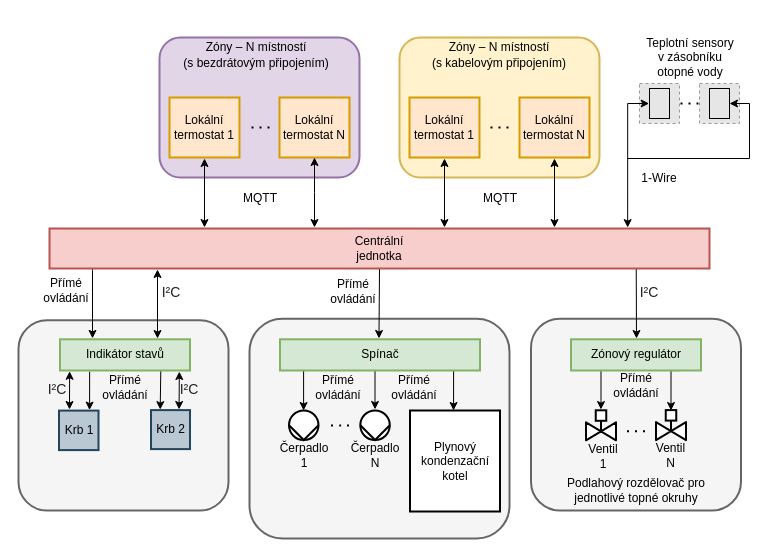
This is images/svg/drawio/navrh-softwarove-casti.drawio from RomLab/diploma-thesis, a draw.io file, before an edit. Source tidied: cells renumbered, new cells numbered last; positions are measured from the earlier drawing's top-left corner, leaving out a move shared by most shapes. Both pictures are drawn from the tidied source at 100%, with x=0, y=0 at pixel (18, 17). Pictures stored in the file or linked from it are replaced by grey dashed boxes.
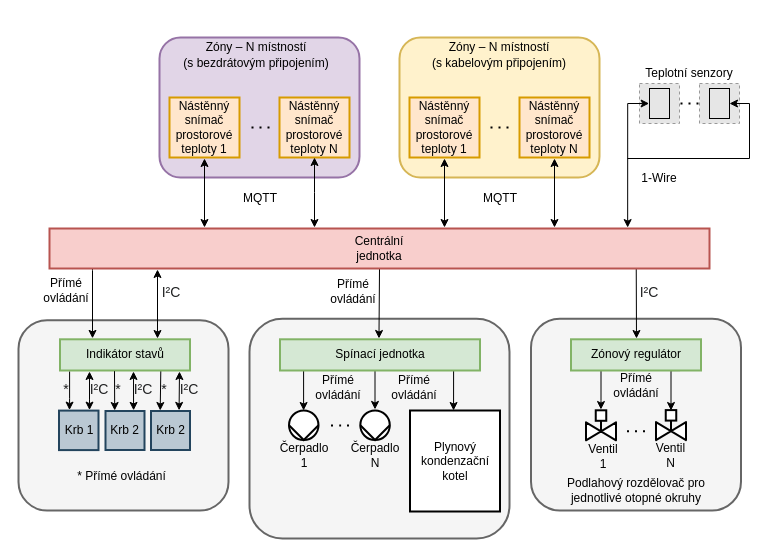
The same page after the edit.

Unchanged cells that the change refers to:
```xml
<mxCell id="65" value="Indikátor stavů" style="rounded=0;whiteSpace=wrap;html=1;fillColor=#d5e8d4;strokeWidth=2;strokeColor=#82b366;" parent="1" vertex="1">
  <mxGeometry x="41.5" y="321.8" width="130" height="31.2" as="geometry" />
</mxCell>
```

Change to the diagram source:
```diff
@@
-    <mxCell id="25" value="Podlahový rozdělovač pro jednotlivé topné okruhy" style="text;html=1;strokeColor=none;fillColor=none;align=center;verticalAlign=middle;whiteSpace=wrap;rounded=0;" parent="1" vertex="1">
+    <mxCell id="25" value="Podlahový rozdělovač pro jednotlivé otopné okruhy" style="text;html=1;strokeColor=none;fillColor=none;align=center;verticalAlign=middle;whiteSpace=wrap;rounded=0;" parent="1" vertex="1">
       <mxGeometry x="522.5" y="463" width="190" height="20" as="geometry" />
     </mxCell>
@@
     <mxCell id="34" value="Krb 2" style="whiteSpace=wrap;html=1;fillColor=#bac8d3;strokeWidth=2;strokeColor=#23445d;" parent="1" vertex="1">
-      <mxGeometry x="132.5" y="392.6" width="39" height="39" as="geometry" />
+      <mxGeometry x="132.5" y="393.5" width="39" height="39" as="geometry" />
     </mxCell>
@@
-    <mxCell id="37" style="edgeStyle=orthogonalEdgeStyle;rounded=0;jettySize=auto;html=1;entryX=0.5;entryY=0;entryDx=0;entryDy=0;startArrow=none;startFill=0;endArrow=classic;endFill=1;exitX=0.228;exitY=1.035;exitDx=0;exitDy=0;exitPerimeter=0;" parent="1" edge="1" source="65">
-      <mxGeometry relative="1" as="geometry">
-        <mxPoint x="71" y="392.6" as="targetPoint" />
-        <Array as="points">
-          <mxPoint x="71" y="386" />
-          <mxPoint x="71" y="386" />
-        </Array>
-      </mxGeometry>
-    </mxCell>
-    <mxCell id="38" value="Lokální termostat N" style="whiteSpace=wrap;html=1;strokeWidth=2;fillColor=#ffe6cc;strokeColor=#d79b00;" parent="1" vertex="1">
+    <mxCell id="38" value="Nástěnný snímač prostorové teploty N" style="whiteSpace=wrap;html=1;strokeWidth=2;fillColor=#ffe6cc;strokeColor=#d79b00;" parent="1" vertex="1">
       <mxGeometry x="501" y="80" width="70" height="60" as="geometry" />
     </mxCell>
-    <mxCell id="39" value="Lokální termostat N" style="whiteSpace=wrap;html=1;strokeWidth=2;fillColor=#ffe6cc;strokeColor=#d79b00;" parent="1" vertex="1">
+    <mxCell id="39" value="Nástěnný snímač prostorové teploty N" style="whiteSpace=wrap;html=1;strokeWidth=2;fillColor=#ffe6cc;strokeColor=#d79b00;" parent="1" vertex="1">
       <mxGeometry x="261" y="80" width="70" height="60" as="geometry" />
     </mxCell>
-    <mxCell id="40" value="Lokální termostat 1" style="whiteSpace=wrap;html=1;strokeWidth=2;fillColor=#ffe6cc;strokeColor=#d79b00;" parent="1" vertex="1">
+    <mxCell id="40" value="Nástěnný snímač prostorové teploty 1" style="whiteSpace=wrap;html=1;strokeWidth=2;fillColor=#ffe6cc;strokeColor=#d79b00;" parent="1" vertex="1">
       <mxGeometry x="151" y="80" width="70" height="60" as="geometry" />
     </mxCell>
-    <mxCell id="41" value="Lokální termostat 1" style="whiteSpace=wrap;html=1;strokeWidth=2;fillColor=#ffe6cc;strokeColor=#d79b00;" parent="1" vertex="1">
+    <mxCell id="41" value="Nástěnný snímač prostorové teploty 1" style="whiteSpace=wrap;html=1;strokeWidth=2;fillColor=#ffe6cc;strokeColor=#d79b00;" parent="1" vertex="1">
       <mxGeometry x="391" y="80" width="70" height="60" as="geometry" />
     </mxCell>
-    <mxCell id="42" value="Spínač" style="rounded=0;whiteSpace=wrap;html=1;strokeWidth=2;fillColor=#d5e8d4;strokeColor=#82b366;" parent="1" vertex="1">
+    <mxCell id="42" value="Spínací jednotka" style="rounded=0;whiteSpace=wrap;html=1;strokeWidth=2;fillColor=#d5e8d4;strokeColor=#82b366;" parent="1" vertex="1">
       <mxGeometry x="261.5" y="321.8" width="200" height="31.2" as="geometry" />
     </mxCell>
@@
-    <mxCell id="47" style="edgeStyle=orthogonalEdgeStyle;rounded=0;jettySize=auto;html=1;startArrow=classic;startFill=1;endArrow=classic;endFill=1;exitX=0.074;exitY=1.025;exitDx=0;exitDy=0;exitPerimeter=0;" parent="1" edge="1" source="65">
-      <mxGeometry relative="1" as="geometry">
-        <mxPoint x="51" y="392" as="targetPoint" />
-      </mxGeometry>
-    </mxCell>
-    <mxCell id="48" value="&lt;span style=&quot;color: rgb(32 , 33 , 34) ; font-size: 14px&quot;&gt;I²C&lt;/span&gt;" style="text;html=1;strokeColor=none;fillColor=none;align=center;verticalAlign=middle;whiteSpace=wrap;rounded=0;" parent="1" vertex="1">
-      <mxGeometry x="151" y="362" width="40" height="20" as="geometry" />
-    </mxCell>
@@
     <mxCell id="62" value="&lt;span style=&quot;color: rgb(32 , 33 , 34) ; font-size: 14px&quot;&gt;I²C&lt;/span&gt;" style="text;html=1;strokeColor=none;fillColor=none;align=center;verticalAlign=middle;whiteSpace=wrap;rounded=0;" parent="1" vertex="1">
-      <mxGeometry x="19" y="362" width="40" height="20" as="geometry" />
+      <mxGeometry x="61" y="362" width="40" height="20" as="geometry" />
     </mxCell>
-    <mxCell id="63" style="edgeStyle=orthogonalEdgeStyle;rounded=0;jettySize=auto;html=1;startArrow=classic;startFill=1;endArrow=classic;endFill=1;entryX=0.72;entryY=-0.016;entryDx=0;entryDy=0;entryPerimeter=0;exitX=0.918;exitY=1.033;exitDx=0;exitDy=0;exitPerimeter=0;" parent="1" edge="1" source="65" target="34">
+    <mxCell id="63" style="edgeStyle=orthogonalEdgeStyle;rounded=0;jettySize=auto;html=1;startArrow=classic;startFill=1;endArrow=classic;endFill=1;entryX=0.72;entryY=-0.016;entryDx=0;entryDy=0;entryPerimeter=0;" parent="1" edge="1" target="34">
       <mxGeometry relative="1" as="geometry">
-        <Array as="points">
-          <mxPoint x="161" y="360" />
-          <mxPoint x="161" y="360" />
-        </Array>
+        <mxPoint x="161" y="354" as="sourcePoint" />
       </mxGeometry>
     </mxCell>
     <mxCell id="64" style="edgeStyle=orthogonalEdgeStyle;rounded=0;orthogonalLoop=1;jettySize=auto;html=1;entryX=0.25;entryY=0;entryDx=0;entryDy=0;startArrow=none;startFill=0;endArrow=classic;endFill=1;exitX=0.157;exitY=1.005;exitDx=0;exitDy=0;exitPerimeter=0;" parent="1" edge="1">
       <mxGeometry relative="1" as="geometry">
-        <mxPoint x="142.3" y="352.2" as="sourcePoint" />
-        <mxPoint x="141.7" y="392.1" as="targetPoint" />
+        <mxPoint x="142.3" y="353" as="sourcePoint" />
+        <mxPoint x="141.7" y="393" as="targetPoint" />
         <Array as="points">
-          <mxPoint x="141.4" y="352" />
+          <mxPoint x="141.4" y="352.8" />
         </Array>
       </mxGeometry>
     </mxCell>
@@
-    <mxCell id="66" value="Přímé ovládání" style="text;html=1;strokeColor=none;fillColor=none;align=center;verticalAlign=middle;whiteSpace=wrap;rounded=0;" parent="1" vertex="1">
-      <mxGeometry x="86.5" y="360" width="40" height="20" as="geometry" />
+    <mxCell id="66" value="* Přímé ovládání" style="text;html=1;strokeColor=none;fillColor=none;align=center;verticalAlign=middle;whiteSpace=wrap;rounded=0;" parent="1" vertex="1">
+      <mxGeometry x="56" y="448.5" width="95" height="20" as="geometry" />
     </mxCell>
@@
-    <mxCell id="76" value="Teplotní sensory &lt;br&gt;v zásobníku otopné vody" style="text;html=1;strokeColor=none;fillColor=none;align=center;verticalAlign=middle;whiteSpace=wrap;rounded=0;" parent="1" vertex="1">
-      <mxGeometry x="621.5" width="100" height="80" as="geometry" />
+    <mxCell id="76" value="Teplotní senzory" style="text;html=1;strokeColor=none;fillColor=none;align=center;verticalAlign=middle;whiteSpace=wrap;rounded=0;" parent="1" vertex="1">
+      <mxGeometry x="621" y="40" width="100" height="31" as="geometry" />
     </mxCell>
@@
+    <mxCell id="78" value="Krb 2" style="whiteSpace=wrap;html=1;fillColor=#bac8d3;strokeWidth=2;strokeColor=#23445d;" parent="1" vertex="1">
+      <mxGeometry x="87" y="393.5" width="39" height="39" as="geometry" />
+    </mxCell>
+    <mxCell id="79" style="edgeStyle=orthogonalEdgeStyle;rounded=0;jettySize=auto;html=1;startArrow=classic;startFill=1;endArrow=classic;endFill=1;entryX=0.72;entryY=-0.016;entryDx=0;entryDy=0;entryPerimeter=0;" parent="1" edge="1" target="78">
+      <mxGeometry relative="1" as="geometry">
+        <mxPoint x="115" y="354" as="sourcePoint" />
+        <Array as="points">
+          <mxPoint x="115.5" y="360.8" />
+          <mxPoint x="115.5" y="360.8" />
+        </Array>
+      </mxGeometry>
+    </mxCell>
+    <mxCell id="80" style="edgeStyle=orthogonalEdgeStyle;rounded=0;orthogonalLoop=1;jettySize=auto;html=1;entryX=0.25;entryY=0;entryDx=0;entryDy=0;startArrow=none;startFill=0;endArrow=classic;endFill=1;" parent="1" edge="1">
+      <mxGeometry relative="1" as="geometry">
+        <mxPoint x="96" y="354" as="sourcePoint" />
+        <mxPoint x="96.2" y="393" as="targetPoint" />
+        <Array as="points">
+          <mxPoint x="96" y="359" />
+          <mxPoint x="96" y="354" />
+          <mxPoint x="96" y="354" />
+        </Array>
+      </mxGeometry>
+    </mxCell>
+    <mxCell id="81" value="&lt;span style=&quot;color: rgb(32 , 33 , 34) ; font-size: 14px&quot;&gt;I²C&lt;/span&gt;" style="text;html=1;strokeColor=none;fillColor=none;align=center;verticalAlign=middle;whiteSpace=wrap;rounded=0;" parent="1" vertex="1">
+      <mxGeometry x="105" y="362" width="40" height="20" as="geometry" />
+    </mxCell>
+    <mxCell id="48" value="&lt;span style=&quot;color: rgb(32 , 33 , 34) ; font-size: 14px&quot;&gt;I²C&lt;/span&gt;" style="text;html=1;strokeColor=none;fillColor=none;align=center;verticalAlign=middle;whiteSpace=wrap;rounded=0;" parent="1" vertex="1">
+      <mxGeometry x="151" y="362" width="40" height="20" as="geometry" />
+    </mxCell>
+    <mxCell id="82" value="&lt;span style=&quot;color: rgb(32 , 33 , 34) ; font-size: 14px&quot;&gt;*&lt;/span&gt;" style="text;html=1;strokeColor=none;fillColor=none;align=center;verticalAlign=middle;whiteSpace=wrap;rounded=0;" parent="1" vertex="1">
+      <mxGeometry x="28" y="362" width="40" height="20" as="geometry" />
+    </mxCell>
+    <mxCell id="83" value="&lt;span style=&quot;color: rgb(32 , 33 , 34) ; font-size: 14px&quot;&gt;*&lt;/span&gt;" style="text;html=1;strokeColor=none;fillColor=none;align=center;verticalAlign=middle;whiteSpace=wrap;rounded=0;" parent="1" vertex="1">
+      <mxGeometry x="80" y="362" width="40" height="20" as="geometry" />
+    </mxCell>
+    <mxCell id="84" value="&lt;span style=&quot;color: rgb(32 , 33 , 34) ; font-size: 14px&quot;&gt;*&lt;/span&gt;" style="text;html=1;strokeColor=none;fillColor=none;align=center;verticalAlign=middle;whiteSpace=wrap;rounded=0;" parent="1" vertex="1">
+      <mxGeometry x="126" y="362" width="40" height="20" as="geometry" />
+    </mxCell>
+    <mxCell id="85" style="edgeStyle=orthogonalEdgeStyle;rounded=0;orthogonalLoop=1;jettySize=auto;html=1;entryX=0.5;entryY=0;entryDx=0;entryDy=0;startArrow=none;startFill=0;endArrow=classic;endFill=1;exitX=0.228;exitY=1.035;exitDx=0;exitDy=0;exitPerimeter=0;" parent="1" edge="1">
+      <mxGeometry relative="1" as="geometry">
+        <mxPoint x="51.1" y="354.1" as="sourcePoint" />
+        <mxPoint x="51" y="392.6" as="targetPoint" />
+        <Array as="points">
+          <mxPoint x="51" y="381" />
+          <mxPoint x="51" y="381" />
+        </Array>
+      </mxGeometry>
+    </mxCell>
+    <mxCell id="86" style="edgeStyle=orthogonalEdgeStyle;rounded=0;orthogonalLoop=1;jettySize=auto;html=1;startArrow=classic;startFill=1;endArrow=classic;endFill=1;" parent="1" edge="1">
+      <mxGeometry relative="1" as="geometry">
+        <mxPoint x="71" y="354" as="sourcePoint" />
+        <mxPoint x="71" y="392.6" as="targetPoint" />
+        <Array as="points">
+          <mxPoint x="71" y="381.6" />
+          <mxPoint x="71" y="381.6" />
+        </Array>
+      </mxGeometry>
+    </mxCell>
```
